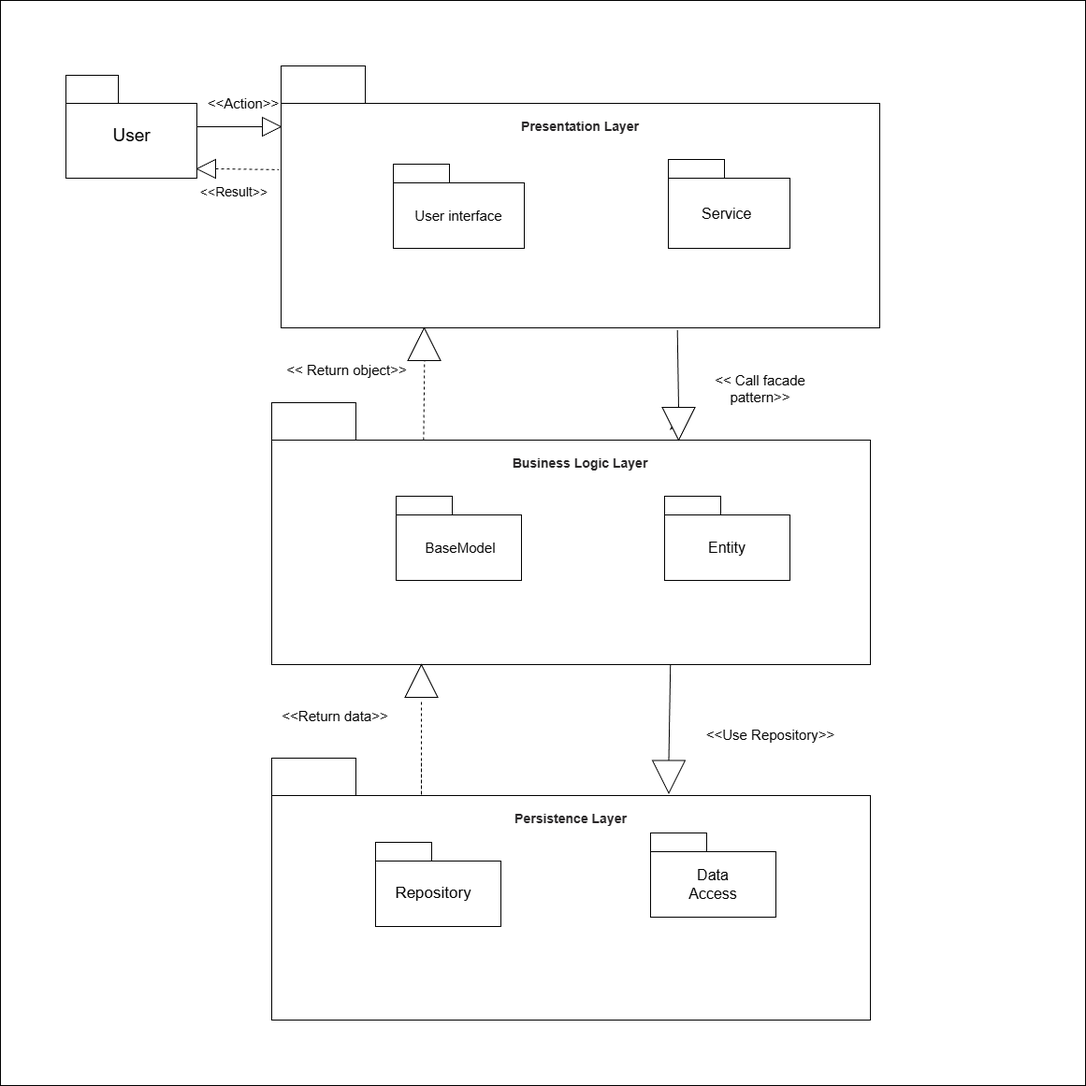
Ravou/holbertonschool-hbnb keeps this draw.io diagram as Part1/diagramme/Package.png. Above is the earlier version. Source tidied: cells renumbered, new cells last; positions are measured from the earlier drawing's top-left corner, leaving out a move shared by most shapes. Its diagram source:
```xml
<mxGraphModel>
  <root>
    <mxCell id="0" />
    <mxCell id="1" parent="0" />
    <mxCell id="2" style="whiteSpace=wrap;html=1;" parent="1" vertex="1">
      <mxGeometry width="1160" height="1160" as="geometry" />
    </mxCell>
    <mxCell id="3" style="rounded=0;whiteSpace=wrap;html=1;" parent="1" vertex="1">
      <mxGeometry x="70" y="110" width="140" height="80" as="geometry" />
    </mxCell>
    <mxCell id="4" style="rounded=0;whiteSpace=wrap;html=1;" parent="1" vertex="1">
      <mxGeometry x="70" y="80" width="56" height="30" as="geometry" />
    </mxCell>
    <mxCell id="5" value="&lt;font style=&quot;font-size: 19px;&quot;&gt;User&lt;/font&gt;" style="text;html=1;align=center;verticalAlign=middle;whiteSpace=wrap;rounded=0;" parent="1" vertex="1">
      <mxGeometry x="102.5" y="125" width="75" height="40" as="geometry" />
    </mxCell>
    <mxCell id="6" style="rounded=0;whiteSpace=wrap;html=1;" parent="1" vertex="1">
      <mxGeometry x="300" y="110" width="640" height="240" as="geometry" />
    </mxCell>
    <mxCell id="7" style="rounded=0;whiteSpace=wrap;html=1;" parent="1" vertex="1">
      <mxGeometry x="300" y="70" width="90" height="40" as="geometry" />
    </mxCell>
    <mxCell id="8" style="rounded=0;whiteSpace=wrap;html=1;" parent="1" vertex="1">
      <mxGeometry x="420" y="195" width="140" height="70" as="geometry" />
    </mxCell>
    <mxCell id="9" style="rounded=0;whiteSpace=wrap;html=1;" parent="1" vertex="1">
      <mxGeometry x="714" y="190" width="130" height="75" as="geometry" />
    </mxCell>
    <mxCell id="10" style="rounded=0;whiteSpace=wrap;html=1;" parent="1" vertex="1">
      <mxGeometry x="420" y="175" width="60" height="20" as="geometry" />
    </mxCell>
    <mxCell id="11" style="rounded=0;whiteSpace=wrap;html=1;" parent="1" vertex="1">
      <mxGeometry x="714" y="170" width="60" height="20" as="geometry" />
    </mxCell>
    <mxCell id="12" value="&lt;font style=&quot;font-size: 15px;&quot;&gt;User interface&lt;/font&gt;" style="text;html=1;align=center;verticalAlign=middle;whiteSpace=wrap;rounded=0;fontSize=11;" parent="1" vertex="1">
      <mxGeometry x="437" y="215" width="106" height="30" as="geometry" />
    </mxCell>
    <mxCell id="13" value="&lt;font style=&quot;font-size: 16px;&quot;&gt;Service&amp;nbsp;&lt;/font&gt;" style="text;html=1;align=center;verticalAlign=middle;whiteSpace=wrap;rounded=0;fontSize=12;" parent="1" vertex="1">
      <mxGeometry x="749" y="212.5" width="60" height="30" as="geometry" />
    </mxCell>
    <mxCell id="14" style="rounded=0;whiteSpace=wrap;html=1;" parent="1" vertex="1">
      <mxGeometry x="290" y="470" width="640" height="240" as="geometry" />
    </mxCell>
    <mxCell id="15" style="rounded=0;whiteSpace=wrap;html=1;" parent="1" vertex="1">
      <mxGeometry x="290" y="850" width="640" height="240" as="geometry" />
    </mxCell>
    <mxCell id="16" style="rounded=0;whiteSpace=wrap;html=1;" parent="1" vertex="1">
      <mxGeometry x="290" y="430" width="90" height="40" as="geometry" />
    </mxCell>
    <mxCell id="17" style="rounded=0;whiteSpace=wrap;html=1;" parent="1" vertex="1">
      <mxGeometry x="290" y="810" width="90" height="40" as="geometry" />
    </mxCell>
    <mxCell id="18" style="rounded=0;whiteSpace=wrap;html=1;" parent="1" vertex="1">
      <mxGeometry x="423" y="550" width="134" height="70" as="geometry" />
    </mxCell>
    <mxCell id="19" style="rounded=0;whiteSpace=wrap;html=1;" parent="1" vertex="1">
      <mxGeometry x="710" y="550" width="134" height="70" as="geometry" />
    </mxCell>
    <mxCell id="20" style="rounded=0;whiteSpace=wrap;html=1;" parent="1" vertex="1">
      <mxGeometry x="695" y="910" width="134" height="70" as="geometry" />
    </mxCell>
    <mxCell id="21" value="&lt;font style=&quot;font-size: 15px;&quot;&gt;&lt;font style=&quot;&quot;&gt;BaseMode&lt;/font&gt;l&lt;/font&gt;" style="text;html=1;align=center;verticalAlign=middle;whiteSpace=wrap;rounded=0;" parent="1" vertex="1">
      <mxGeometry x="437" y="570" width="110" height="30" as="geometry" />
    </mxCell>
    <mxCell id="22" value="&lt;font style=&quot;font-size: 16px;&quot;&gt;Entity&lt;/font&gt;" style="text;html=1;align=center;verticalAlign=middle;whiteSpace=wrap;rounded=0;" parent="1" vertex="1">
      <mxGeometry x="747" y="570" width="60" height="30" as="geometry" />
    </mxCell>
    <mxCell id="23" value="&lt;strong style=&quot;box-sizing: border-box; font-weight: bold; color: rgb(41, 39, 40); font-family: aktiv-grotesk, sans-serif; font-size: 14px; text-align: left; background-color: rgb(255, 255, 255);&quot;&gt;Business Logic Layer&lt;/strong&gt;" style="text;html=1;align=center;verticalAlign=middle;whiteSpace=wrap;rounded=0;" parent="1" vertex="1">
      <mxGeometry x="545" y="480" width="150" height="30" as="geometry" />
    </mxCell>
    <mxCell id="24" value="&lt;strong style=&quot;box-sizing: border-box; font-weight: bold; color: rgb(41, 39, 40); font-family: aktiv-grotesk, sans-serif; font-size: 14px; text-align: left; background-color: rgb(255, 255, 255);&quot;&gt;Presentation Layer&lt;/strong&gt;" style="text;html=1;align=center;verticalAlign=middle;whiteSpace=wrap;rounded=0;" parent="1" vertex="1">
      <mxGeometry x="545" y="120" width="150" height="30" as="geometry" />
    </mxCell>
    <mxCell id="25" value="&lt;span style=&quot;font-size: 16px;&quot;&gt;Data Access&lt;/span&gt;" style="text;html=1;align=center;verticalAlign=middle;whiteSpace=wrap;rounded=0;" parent="1" vertex="1">
      <mxGeometry x="732" y="930" width="60" height="30" as="geometry" />
    </mxCell>
    <mxCell id="26" value="&lt;strong style=&quot;box-sizing: border-box; font-weight: bold; color: rgb(41, 39, 40); font-family: aktiv-grotesk, sans-serif; font-size: 14px; text-align: left; background-color: rgb(255, 255, 255);&quot;&gt;Persistence Layer&lt;/strong&gt;" style="text;html=1;align=center;verticalAlign=middle;whiteSpace=wrap;rounded=0;" parent="1" vertex="1">
      <mxGeometry x="535" y="860" width="150" height="30" as="geometry" />
    </mxCell>
    <mxCell id="27" style="endArrow=none;dashed=1;html=1;rounded=0;entryX=0.002;entryY=0.104;entryDx=0;entryDy=0;entryPerimeter=0;" parent="1" edge="1" source="29" target="6">
      <mxGeometry relative="1" as="geometry">
        <Array as="points">
          <mxPoint x="270" y="135" />
        </Array>
      </mxGeometry>
    </mxCell>
    <mxCell id="28" style="triangle;whiteSpace=wrap;html=1;direction=west;" parent="1" vertex="1">
      <mxGeometry x="210" y="170" width="20" height="20" as="geometry" />
    </mxCell>
    <mxCell id="29" style="triangle;whiteSpace=wrap;html=1;" parent="1" vertex="1">
      <mxGeometry x="280" y="125" width="20" height="20" as="geometry" />
    </mxCell>
    <mxCell id="30" style="edgeStyle=orthogonalEdgeStyle;rounded=0;jettySize=auto;html=1;exitX=0.5;exitY=1;exitDx=0;exitDy=0;" parent="1" edge="1" source="31">
      <mxGeometry relative="1" as="geometry">
        <mxPoint x="720" y="450" as="targetPoint" />
      </mxGeometry>
    </mxCell>
    <mxCell id="31" style="triangle;whiteSpace=wrap;html=1;direction=south;" parent="1" vertex="1">
      <mxGeometry x="707.5" y="435" width="35" height="35" as="geometry" />
    </mxCell>
    <mxCell id="32" style="triangle;whiteSpace=wrap;html=1;direction=south;" parent="1" vertex="1">
      <mxGeometry x="697" y="812.5" width="35" height="35" as="geometry" />
    </mxCell>
    <mxCell id="33" style="triangle;whiteSpace=wrap;html=1;direction=north;" parent="1" vertex="1">
      <mxGeometry x="432.5" y="710" width="35" height="35" as="geometry" />
    </mxCell>
    <mxCell id="34" style="triangle;whiteSpace=wrap;html=1;direction=north;" parent="1" vertex="1">
      <mxGeometry x="435.5" y="350" width="35" height="35" as="geometry" />
    </mxCell>
    <mxCell id="35" style="endArrow=none;dashed=1;html=1;rounded=0;" parent="1" edge="1">
      <mxGeometry relative="1" as="geometry">
        <mxPoint x="450" y="815" as="sourcePoint" />
        <mxPoint x="450" y="750" as="targetPoint" />
        <Array as="points">
          <mxPoint x="450" y="850" />
        </Array>
      </mxGeometry>
    </mxCell>
    <mxCell id="36" style="endArrow=none;dashed=1;html=1;rounded=0;entryX=0.664;entryY=1.001;entryDx=0;entryDy=0;entryPerimeter=0;" parent="1" edge="1">
      <mxGeometry relative="1" as="geometry">
        <mxPoint x="452.4" y="470" as="sourcePoint" />
        <mxPoint x="453.3" y="385.2" as="targetPoint" />
      </mxGeometry>
    </mxCell>
    <mxCell id="37" value="&lt;font style=&quot;font-size: 15px;&quot;&gt;&amp;lt;&amp;lt;Action&amp;gt;&amp;gt;&lt;/font&gt;" style="text;html=1;align=center;verticalAlign=middle;whiteSpace=wrap;rounded=0;" parent="1" vertex="1">
      <mxGeometry x="230" y="95" width="60" height="30" as="geometry" />
    </mxCell>
    <mxCell id="38" value="&lt;font style=&quot;font-size: 14px;&quot;&gt;&amp;lt;&amp;lt;Result&amp;gt;&amp;gt;&lt;/font&gt;" style="text;html=1;align=center;verticalAlign=middle;whiteSpace=wrap;rounded=0;" parent="1" vertex="1">
      <mxGeometry x="220" y="190" width="60" height="30" as="geometry" />
    </mxCell>
    <mxCell id="39" value="&lt;font style=&quot;font-size: 15px;&quot;&gt;&lt;font style=&quot;&quot;&gt;&amp;lt;&amp;lt;&amp;nbsp;&lt;/font&gt;&lt;span style=&quot;background-color: transparent; color: light-dark(rgb(0, 0, 0), rgb(255, 255, 255));&quot;&gt;Call facade pattern&amp;gt;&amp;gt;&lt;/span&gt;&lt;/font&gt;" style="text;html=1;align=center;verticalAlign=middle;whiteSpace=wrap;rounded=0;" parent="1" vertex="1">
      <mxGeometry x="749" y="400" width="127" height="30" as="geometry" />
    </mxCell>
    <mxCell id="40" value="&lt;font style=&quot;font-size: 15px;&quot;&gt;&amp;lt;&amp;lt;Use Repository&amp;gt;&amp;gt;&lt;/font&gt;" style="text;html=1;align=center;verticalAlign=middle;whiteSpace=wrap;rounded=0;" parent="1" vertex="1">
      <mxGeometry x="745" y="770" width="157" height="30" as="geometry" />
    </mxCell>
    <mxCell id="41" value="&lt;font style=&quot;font-size: 15px;&quot;&gt;&amp;lt;&amp;lt; Return object&amp;gt;&amp;gt;&lt;/font&gt;" style="text;html=1;align=center;verticalAlign=middle;whiteSpace=wrap;rounded=0;" parent="1" vertex="1">
      <mxGeometry x="300" y="380" width="141" height="30" as="geometry" />
    </mxCell>
    <mxCell id="42" style="endArrow=none;dashed=1;html=1;rounded=0;exitX=0;exitY=0.5;exitDx=0;exitDy=0;entryX=-0.004;entryY=0.32;entryDx=0;entryDy=0;entryPerimeter=0;" parent="1" edge="1" source="28">
      <mxGeometry relative="1" as="geometry">
        <mxPoint x="297.4" y="180.9" as="targetPoint" />
      </mxGeometry>
    </mxCell>
    <mxCell id="43" value="&lt;font style=&quot;font-size: 15px;&quot;&gt;&amp;lt;&amp;lt;Return data&amp;gt;&amp;gt;&lt;/font&gt;" style="text;html=1;align=center;verticalAlign=middle;whiteSpace=wrap;rounded=0;" parent="1" vertex="1">
      <mxGeometry x="290" y="750" width="136" height="30" as="geometry" />
    </mxCell>
    <mxCell id="44" style="rounded=0;whiteSpace=wrap;html=1;" parent="1" vertex="1">
      <mxGeometry x="423" y="530" width="60" height="20" as="geometry" />
    </mxCell>
    <mxCell id="45" style="rounded=0;whiteSpace=wrap;html=1;" parent="1" vertex="1">
      <mxGeometry x="710" y="530" width="60" height="20" as="geometry" />
    </mxCell>
    <mxCell id="46" style="rounded=0;whiteSpace=wrap;html=1;" parent="1" vertex="1">
      <mxGeometry x="695" y="890" width="60" height="20" as="geometry" />
    </mxCell>
    <mxCell id="47" style="endArrow=none;html=1;rounded=0;entryX=0;entryY=0.5;entryDx=0;entryDy=0;" parent="1" edge="1" target="29">
      <mxGeometry relative="1" as="geometry">
        <mxPoint x="210" y="135" as="sourcePoint" />
      </mxGeometry>
    </mxCell>
    <mxCell id="48" style="rounded=0;whiteSpace=wrap;html=1;" parent="1" vertex="1">
      <mxGeometry x="401" y="920" width="134" height="70" as="geometry" />
    </mxCell>
    <mxCell id="49" style="rounded=0;whiteSpace=wrap;html=1;" parent="1" vertex="1">
      <mxGeometry x="401" y="900" width="60" height="20" as="geometry" />
    </mxCell>
    <mxCell id="50" value="&lt;font style=&quot;font-size: 17px;&quot;&gt;Repository&lt;/font&gt;" style="text;html=1;align=center;verticalAlign=middle;whiteSpace=wrap;rounded=0;" parent="1" vertex="1">
      <mxGeometry x="432.5" y="940" width="60" height="30" as="geometry" />
    </mxCell>
    <mxCell id="51" style="endArrow=none;html=1;rounded=0;exitX=0;exitY=0.5;exitDx=0;exitDy=0;entryX=0.662;entryY=1.01;entryDx=0;entryDy=0;entryPerimeter=0;" parent="1" edge="1" source="31" target="6">
      <mxGeometry relative="1" as="geometry" />
    </mxCell>
    <mxCell id="52" style="endArrow=none;html=1;rounded=0;exitX=0;exitY=0.5;exitDx=0;exitDy=0;entryX=0.666;entryY=1;entryDx=0;entryDy=0;entryPerimeter=0;" parent="1" edge="1" source="32" target="14">
      <mxGeometry relative="1" as="geometry" />
    </mxCell>
  </root>
</mxGraphModel>
```
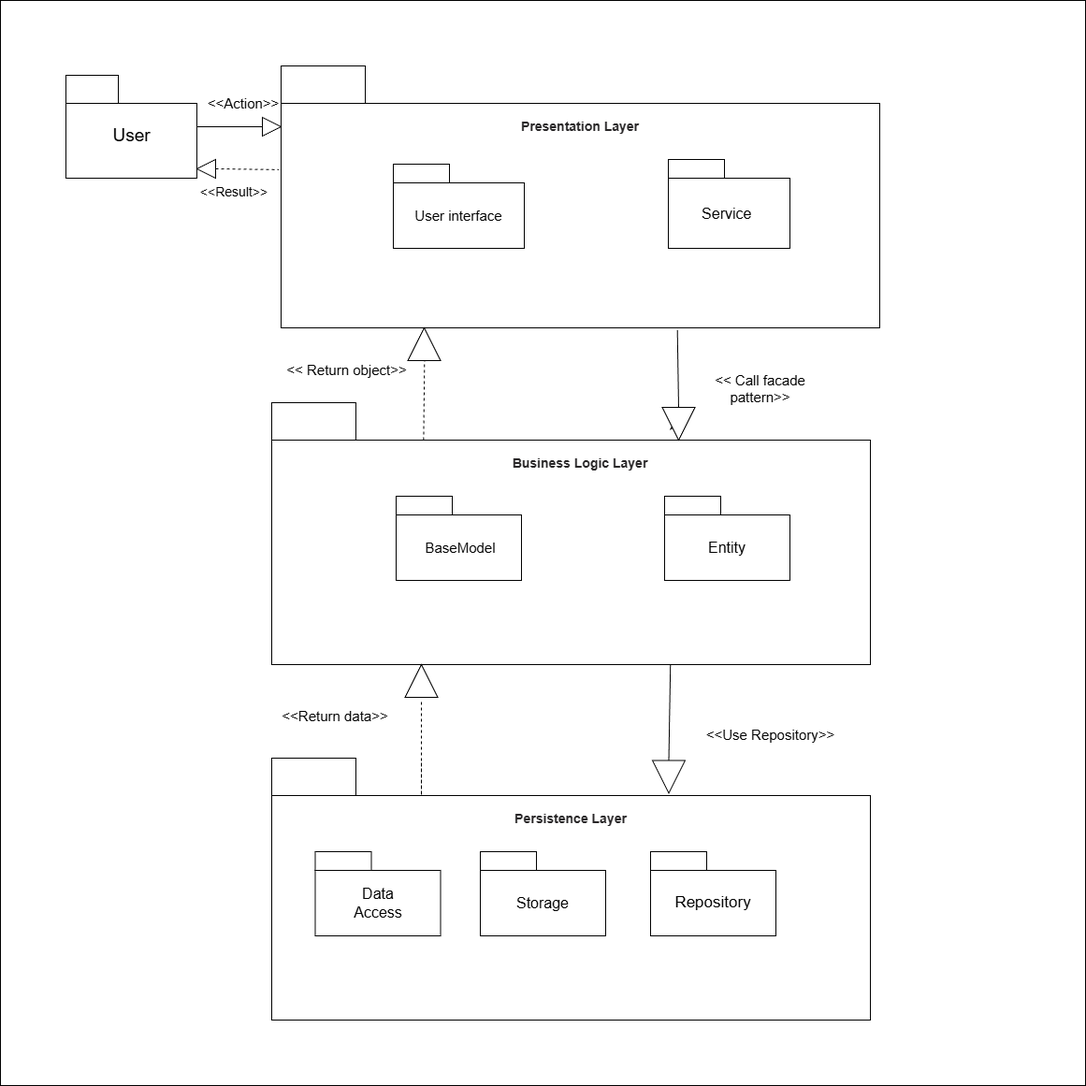
The same file after the commit.

Commit message:
Fix package diagram

Diff of the diagram source:
```diff
@@ -57,7 +57,7 @@
       <mxGeometry x="710" y="550" width="134" height="70" as="geometry" />
     </mxCell>
     <mxCell id="20" style="rounded=0;whiteSpace=wrap;html=1;" parent="1" vertex="1">
-      <mxGeometry x="695" y="910" width="134" height="70" as="geometry" />
+      <mxGeometry x="695" y="930" width="134" height="70" as="geometry" />
     </mxCell>
     <mxCell id="21" value="&lt;font style=&quot;font-size: 15px;&quot;&gt;&lt;font style=&quot;&quot;&gt;BaseMode&lt;/font&gt;l&lt;/font&gt;" style="text;html=1;align=center;verticalAlign=middle;whiteSpace=wrap;rounded=0;" parent="1" vertex="1">
       <mxGeometry x="437" y="570" width="110" height="30" as="geometry" />
@@ -71,9 +71,6 @@
     <mxCell id="24" value="&lt;strong style=&quot;box-sizing: border-box; font-weight: bold; color: rgb(41, 39, 40); font-family: aktiv-grotesk, sans-serif; font-size: 14px; text-align: left; background-color: rgb(255, 255, 255);&quot;&gt;Presentation Layer&lt;/strong&gt;" style="text;html=1;align=center;verticalAlign=middle;whiteSpace=wrap;rounded=0;" parent="1" vertex="1">
       <mxGeometry x="545" y="120" width="150" height="30" as="geometry" />
     </mxCell>
-    <mxCell id="25" value="&lt;span style=&quot;font-size: 16px;&quot;&gt;Data Access&lt;/span&gt;" style="text;html=1;align=center;verticalAlign=middle;whiteSpace=wrap;rounded=0;" parent="1" vertex="1">
-      <mxGeometry x="732" y="930" width="60" height="30" as="geometry" />
-    </mxCell>
     <mxCell id="26" value="&lt;strong style=&quot;box-sizing: border-box; font-weight: bold; color: rgb(41, 39, 40); font-family: aktiv-grotesk, sans-serif; font-size: 14px; text-align: left; background-color: rgb(255, 255, 255);&quot;&gt;Persistence Layer&lt;/strong&gt;" style="text;html=1;align=center;verticalAlign=middle;whiteSpace=wrap;rounded=0;" parent="1" vertex="1">
       <mxGeometry x="535" y="860" width="150" height="30" as="geometry" />
     </mxCell>
@@ -152,7 +149,7 @@
       <mxGeometry x="710" y="530" width="60" height="20" as="geometry" />
     </mxCell>
     <mxCell id="46" style="rounded=0;whiteSpace=wrap;html=1;" parent="1" vertex="1">
-      <mxGeometry x="695" y="890" width="60" height="20" as="geometry" />
+      <mxGeometry x="695" y="910" width="60" height="20" as="geometry" />
     </mxCell>
     <mxCell id="47" style="endArrow=none;html=1;rounded=0;entryX=0;entryY=0.5;entryDx=0;entryDy=0;" parent="1" edge="1" target="29">
       <mxGeometry relative="1" as="geometry">
@@ -160,13 +157,13 @@
       </mxGeometry>
     </mxCell>
     <mxCell id="48" style="rounded=0;whiteSpace=wrap;html=1;" parent="1" vertex="1">
-      <mxGeometry x="401" y="920" width="134" height="70" as="geometry" />
+      <mxGeometry x="336.5" y="930" width="134" height="70" as="geometry" />
     </mxCell>
     <mxCell id="49" style="rounded=0;whiteSpace=wrap;html=1;" parent="1" vertex="1">
-      <mxGeometry x="401" y="900" width="60" height="20" as="geometry" />
+      <mxGeometry x="336.5" y="910" width="60" height="20" as="geometry" />
     </mxCell>
     <mxCell id="50" value="&lt;font style=&quot;font-size: 17px;&quot;&gt;Repository&lt;/font&gt;" style="text;html=1;align=center;verticalAlign=middle;whiteSpace=wrap;rounded=0;" parent="1" vertex="1">
-      <mxGeometry x="432.5" y="940" width="60" height="30" as="geometry" />
+      <mxGeometry x="732" y="950" width="60" height="30" as="geometry" />
     </mxCell>
     <mxCell id="51" style="endArrow=none;html=1;rounded=0;exitX=0;exitY=0.5;exitDx=0;exitDy=0;entryX=0.662;entryY=1.01;entryDx=0;entryDy=0;entryPerimeter=0;" parent="1" edge="1" source="31" target="6">
       <mxGeometry relative="1" as="geometry" />
@@ -174,5 +171,17 @@
     <mxCell id="52" style="endArrow=none;html=1;rounded=0;exitX=0;exitY=0.5;exitDx=0;exitDy=0;entryX=0.666;entryY=1;entryDx=0;entryDy=0;entryPerimeter=0;" parent="1" edge="1" source="32" target="14">
       <mxGeometry relative="1" as="geometry" />
     </mxCell>
+    <mxCell id="25" value="&lt;font style=&quot;font-size: 16px;&quot;&gt;Data Access&lt;/font&gt;" style="text;html=1;align=center;verticalAlign=middle;whiteSpace=wrap;rounded=0;" parent="1" vertex="1">
+      <mxGeometry x="374" y="950" width="60" height="30" as="geometry" />
+    </mxCell>
+    <mxCell id="53" style="rounded=0;whiteSpace=wrap;html=1;" parent="1" vertex="1">
+      <mxGeometry x="513" y="930" width="134" height="70" as="geometry" />
+    </mxCell>
+    <mxCell id="54" value="&lt;font style=&quot;font-size: 16px;&quot;&gt;Storage&lt;/font&gt;" style="text;html=1;align=center;verticalAlign=middle;whiteSpace=wrap;rounded=0;" parent="1" vertex="1">
+      <mxGeometry x="550" y="950" width="60" height="30" as="geometry" />
+    </mxCell>
+    <mxCell id="55" style="rounded=0;whiteSpace=wrap;html=1;" parent="1" vertex="1">
+      <mxGeometry x="513" y="910" width="60" height="20" as="geometry" />
+    </mxCell>
   </root>
 </mxGraphModel>
```
